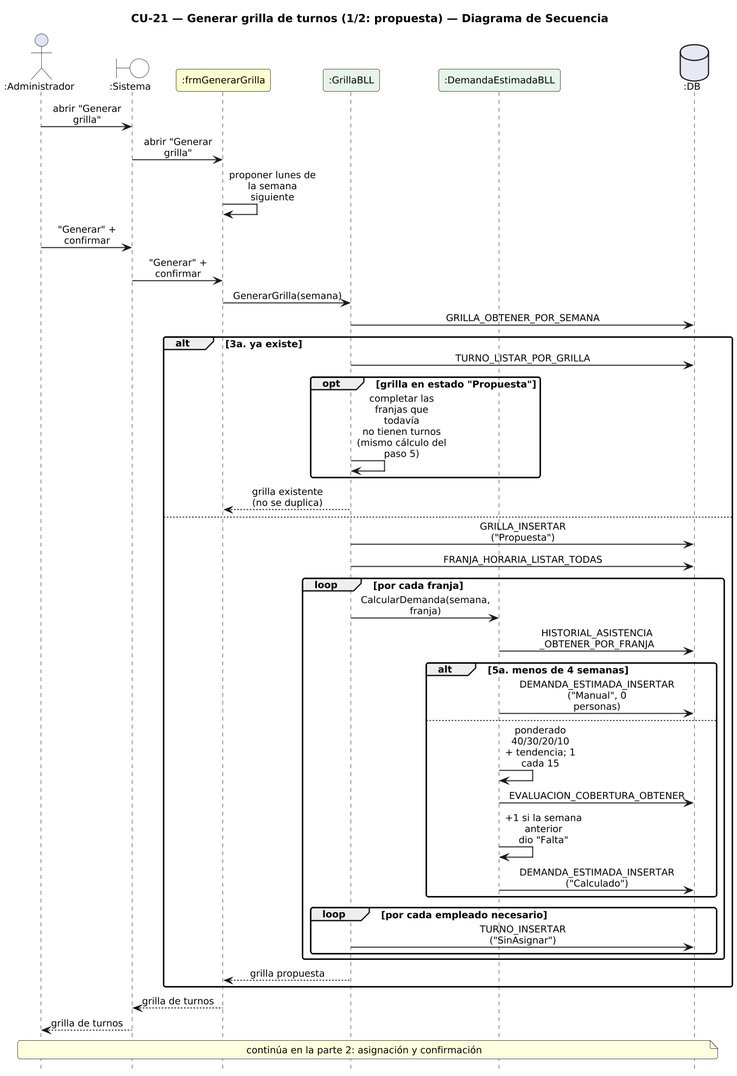
Earlier version of the PlantUML export DIAGRAMAS/DiagramaSecuencia_CU21_GenerarGrilla.png (Urrels/ingenieria_software). The source it was exported from:
```plantuml
@startuml DiagramaSecuencia_CU21_GenerarGrilla

title CU-21 — Generar grilla de turnos (1/2: propuesta) — Diagrama de Secuencia

skinparam shadowing false
skinparam roundcorner 6
skinparam sequenceArrowThickness 1.2
skinparam ParticipantPadding 6
skinparam BoxPadding 4
skinparam maxMessageSize 115
skinparam sequenceMessageAlign center
skinparam defaultFontSize 12
skinparam dpi 140
hide footbox

actor ":Administrador" as A
boundary ":Sistema" as SYS #FFFFFF
participant ":frmGenerarGrilla" as F #FEFECE
participant ":GrillaBLL" as G #E8F4E8
participant ":DemandaEstimadaBLL" as D #E8F4E8
database ":DB" as DB #E8E8F4

A -> SYS : abrir "Generar grilla"
SYS -> F : abrir "Generar grilla"
F -> F : proponer lunes de\nla semana siguiente
A -> SYS : "Generar" + confirmar
SYS -> F : "Generar" + confirmar
F -> G : GenerarGrilla(semana)
G -> DB : GRILLA_OBTENER_POR_SEMANA
alt 3a. ya existe
  G -> DB : TURNO_LISTAR_POR_GRILLA
  opt grilla en estado "Propuesta"
    G -> G : completar las franjas que todavía\nno tienen turnos (mismo cálculo del paso 5)
  end
  G --> F : grilla existente\n(no se duplica)
else
  G -> DB : GRILLA_INSERTAR\n("Propuesta")
  G -> DB : FRANJA_HORARIA_LISTAR_TODAS
  loop por cada franja
    G -> D : CalcularDemanda(semana, franja)
    D -> DB : HISTORIAL_ASISTENCIA\n_OBTENER_POR_FRANJA
    alt 5a. menos de 4 semanas
      D -> DB : DEMANDA_ESTIMADA_INSERTAR\n("Manual", 0 personas)
    else
      D -> D : ponderado 40/30/20/10\n+ tendencia; 1 cada 15
      D -> DB : EVALUACION_COBERTURA_OBTENER
      D -> D : +1 si la semana anterior\ndio "Falta"
      D -> DB : DEMANDA_ESTIMADA_INSERTAR\n("Calculado")
    end
    loop por cada empleado necesario
      G -> DB : TURNO_INSERTAR\n("SinAsignar")
    end
  end
  G --> F : grilla propuesta
end
F --> SYS : grilla de turnos
SYS --> A : grilla de turnos
note over A, DB : continúa en la parte 2: asignación y confirmación

@enduml
```
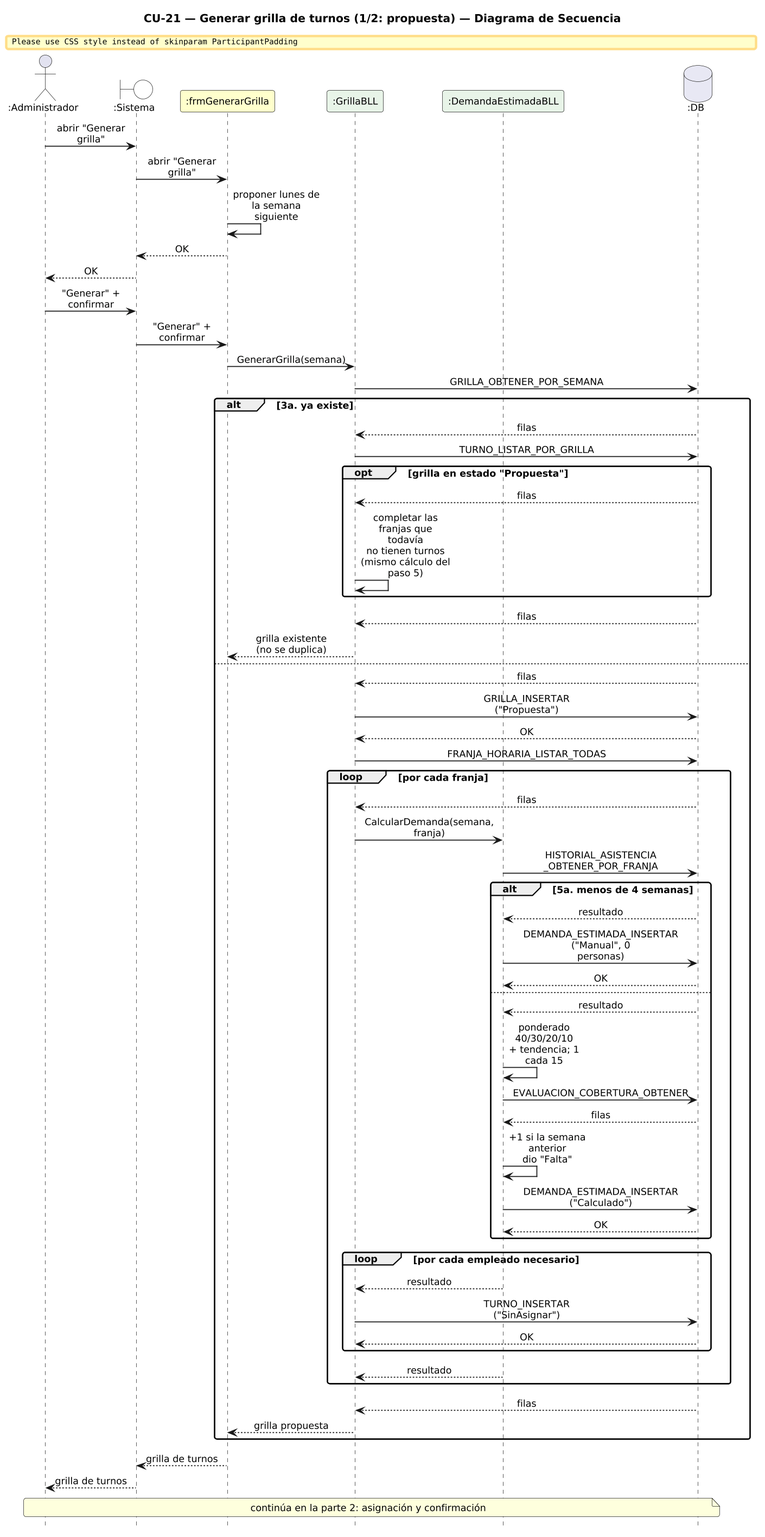
After the change.

What changed in the source:
```diff
@@ -23,34 +23,51 @@
 A -> SYS : abrir "Generar grilla"
 SYS -> F : abrir "Generar grilla"
 F -> F : proponer lunes de\nla semana siguiente
+F --> SYS : OK
+SYS --> A : OK
 A -> SYS : "Generar" + confirmar
 SYS -> F : "Generar" + confirmar
 F -> G : GenerarGrilla(semana)
 G -> DB : GRILLA_OBTENER_POR_SEMANA
 alt 3a. ya existe
+  DB --> G : filas
   G -> DB : TURNO_LISTAR_POR_GRILLA
   opt grilla en estado "Propuesta"
+    DB --> G : filas
     G -> G : completar las franjas que todavía\nno tienen turnos (mismo cálculo del paso 5)
   end
+  DB --> G : filas
   G --> F : grilla existente\n(no se duplica)
 else
+  DB --> G : filas
   G -> DB : GRILLA_INSERTAR\n("Propuesta")
+  DB --> G : OK
   G -> DB : FRANJA_HORARIA_LISTAR_TODAS
   loop por cada franja
+    DB --> G : filas
     G -> D : CalcularDemanda(semana, franja)
     D -> DB : HISTORIAL_ASISTENCIA\n_OBTENER_POR_FRANJA
     alt 5a. menos de 4 semanas
+      DB --> D : resultado
       D -> DB : DEMANDA_ESTIMADA_INSERTAR\n("Manual", 0 personas)
+      DB --> D : OK
     else
+      DB --> D : resultado
       D -> D : ponderado 40/30/20/10\n+ tendencia; 1 cada 15
       D -> DB : EVALUACION_COBERTURA_OBTENER
+      DB --> D : filas
       D -> D : +1 si la semana anterior\ndio "Falta"
       D -> DB : DEMANDA_ESTIMADA_INSERTAR\n("Calculado")
+      DB --> D : OK
     end
     loop por cada empleado necesario
+      D --> G : resultado
       G -> DB : TURNO_INSERTAR\n("SinAsignar")
+      DB --> G : OK
     end
+      D --> G : resultado
   end
+  DB --> G : filas
   G --> F : grilla propuesta
 end
 F --> SYS : grilla de turnos
```
